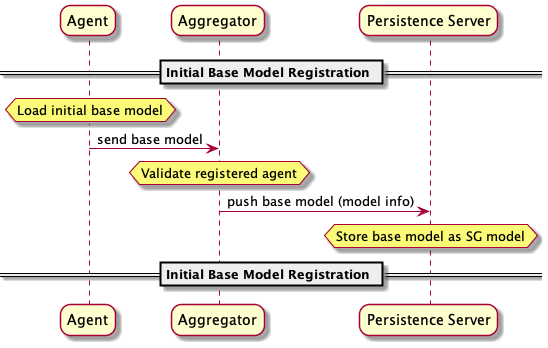
The PlantUML diagram _static/initial_model_reg_simple.png in tie-set/stadle_docs, before a commit. Its diagram source:
```plantuml
@startuml
skinparam sequenceArrowThickness 1
skinparam roundcorner 20
skinparam maxmessagesize 240

participant "Agent" as agent
participant "Aggregator" as agg
participant "Persistence Server" as db

== Initial Base Model Registration ==

hnote over agent : Load initial base model

agent -> agg: send base model

hnote over agg : Validate registered agent

agg -> db: push base model (model info)

hnote over db : Store base model as SG model






== Initial Base Model Registration ==

@enduml
```
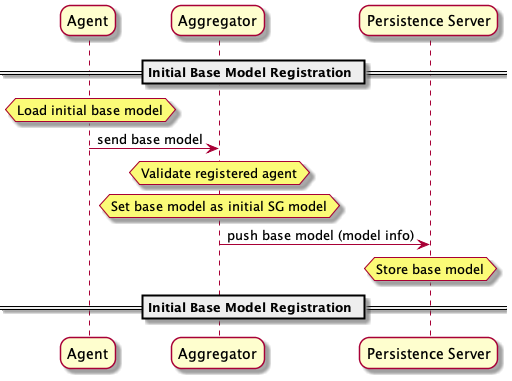
The same file after the commit.

What changed in the source:
```diff
@@ -15,9 +15,11 @@
 
 hnote over agg : Validate registered agent
 
+hnote over agg : Set base model as initial SG model
+
 agg -> db: push base model (model info)
 
-hnote over db : Store base model as SG model
+hnote over db : Store base model
 
 
 
```
